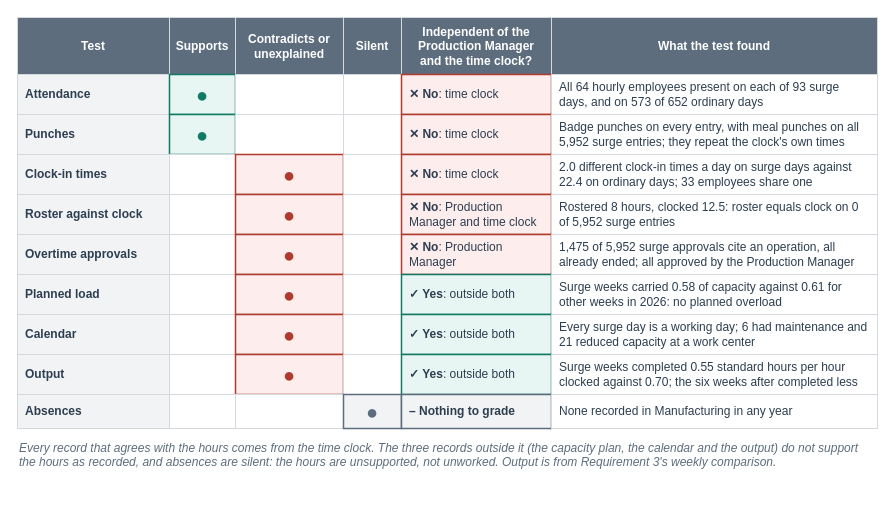
Above: facts/instructor/figures/case-part-3/IF-C3-2-A.drawio in mmcodesso/Accounting_Analytics_Book (draw.io), before the change. Source tidied: cells renumbered, new cells numbered last; positions are measured from the earlier drawing's top-left corner, leaving out a move shared by most shapes. Both pictures are drawn from the tidied source at 100%, with x=0, y=0 at pixel (17, 17).
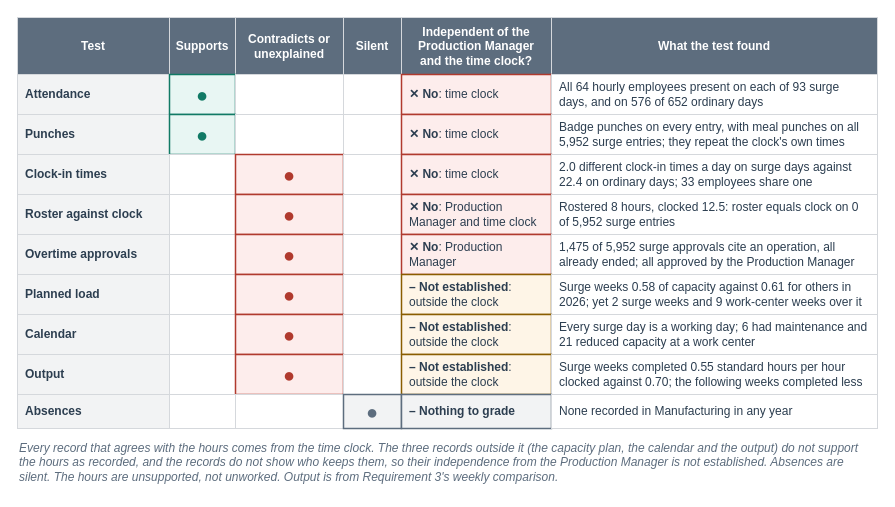
The same diagram, later.

What changed in the source:
```diff
@@
     <mxCell id="2" style="rounded=0;html=1;fillColor=none;strokeColor=none;" parent="1" vertex="1">
-      <mxGeometry width="860" height="457" as="geometry" />
+      <mxGeometry width="860" height="472" as="geometry" />
     </mxCell>
@@
-    <mxCell id="14" value="All 64 hourly employees present on each of 93 surge days, and on 573 of 652 ordinary days" style="rounded=0;arcSize=6;whiteSpace=wrap;html=1;fillColor=#FFFFFF;strokeColor=#D5D8DC;strokeWidth=1;fontColor=#2C3E50;fontSize=12;fontStyle=0;align=left;verticalAlign=middle;fontFamily=Helvetica;spacingLeft=6;spacingRight=6;" parent="1" vertex="1">
+    <mxCell id="14" value="All 64 hourly employees present on each of 93 surge days, and on 576 of 652 ordinary days" style="rounded=0;arcSize=6;whiteSpace=wrap;html=1;fillColor=#FFFFFF;strokeColor=#D5D8DC;strokeWidth=1;fontColor=#2C3E50;fontSize=12;fontStyle=0;align=left;verticalAlign=middle;fontFamily=Helvetica;spacingLeft=6;spacingRight=6;" parent="1" vertex="1">
       <mxGeometry x="534" y="57" width="326" height="40" as="geometry" />
     </mxCell>
@@
-    <mxCell id="43" value="&lt;b&gt;✓ Yes&lt;/b&gt;: outside both" style="rounded=0;arcSize=6;whiteSpace=wrap;html=1;fillColor=#E8F6F3;strokeColor=#117A65;strokeWidth=1.5;fontColor=#2C3E50;fontSize=12;fontStyle=0;align=left;verticalAlign=middle;fontFamily=Helvetica;spacingLeft=6;spacingRight=6;" parent="1" vertex="1">
+    <mxCell id="43" value="&lt;b&gt;– Not established&lt;/b&gt;: outside the clock" style="rounded=0;arcSize=6;whiteSpace=wrap;html=1;fillColor=#FEF5E7;strokeColor=#8A5D00;strokeWidth=1.5;fontColor=#2C3E50;fontSize=12;fontStyle=0;align=left;verticalAlign=middle;fontFamily=Helvetica;spacingLeft=6;spacingRight=6;" parent="1" vertex="1">
       <mxGeometry x="384" y="257" width="150" height="40" as="geometry" />
     </mxCell>
-    <mxCell id="44" value="Surge weeks carried 0.58 of capacity against 0.61 for other weeks in 2026: no planned overload" style="rounded=0;arcSize=6;whiteSpace=wrap;html=1;fillColor=#FFFFFF;strokeColor=#D5D8DC;strokeWidth=1;fontColor=#2C3E50;fontSize=12;fontStyle=0;align=left;verticalAlign=middle;fontFamily=Helvetica;spacingLeft=6;spacingRight=6;" parent="1" vertex="1">
+    <mxCell id="44" value="Surge weeks 0.58 of capacity against 0.61 for others in 2026; yet 2 surge weeks and 9 work-center weeks over it" style="rounded=0;arcSize=6;whiteSpace=wrap;html=1;fillColor=#FFFFFF;strokeColor=#D5D8DC;strokeWidth=1;fontColor=#2C3E50;fontSize=12;fontStyle=0;align=left;verticalAlign=middle;fontFamily=Helvetica;spacingLeft=6;spacingRight=6;" parent="1" vertex="1">
       <mxGeometry x="534" y="257" width="326" height="40" as="geometry" />
     </mxCell>
@@
-    <mxCell id="49" value="&lt;b&gt;✓ Yes&lt;/b&gt;: outside both" style="rounded=0;arcSize=6;whiteSpace=wrap;html=1;fillColor=#E8F6F3;strokeColor=#117A65;strokeWidth=1.5;fontColor=#2C3E50;fontSize=12;fontStyle=0;align=left;verticalAlign=middle;fontFamily=Helvetica;spacingLeft=6;spacingRight=6;" parent="1" vertex="1">
+    <mxCell id="49" value="&lt;b&gt;– Not established&lt;/b&gt;: outside the clock" style="rounded=0;arcSize=6;whiteSpace=wrap;html=1;fillColor=#FEF5E7;strokeColor=#8A5D00;strokeWidth=1.5;fontColor=#2C3E50;fontSize=12;fontStyle=0;align=left;verticalAlign=middle;fontFamily=Helvetica;spacingLeft=6;spacingRight=6;" parent="1" vertex="1">
       <mxGeometry x="384" y="297" width="150" height="40" as="geometry" />
     </mxCell>
@@
-    <mxCell id="55" value="&lt;b&gt;✓ Yes&lt;/b&gt;: outside both" style="rounded=0;arcSize=6;whiteSpace=wrap;html=1;fillColor=#E8F6F3;strokeColor=#117A65;strokeWidth=1.5;fontColor=#2C3E50;fontSize=12;fontStyle=0;align=left;verticalAlign=middle;fontFamily=Helvetica;spacingLeft=6;spacingRight=6;" parent="1" vertex="1">
+    <mxCell id="55" value="&lt;b&gt;– Not established&lt;/b&gt;: outside the clock" style="rounded=0;arcSize=6;whiteSpace=wrap;html=1;fillColor=#FEF5E7;strokeColor=#8A5D00;strokeWidth=1.5;fontColor=#2C3E50;fontSize=12;fontStyle=0;align=left;verticalAlign=middle;fontFamily=Helvetica;spacingLeft=6;spacingRight=6;" parent="1" vertex="1">
       <mxGeometry x="384" y="337" width="150" height="40" as="geometry" />
     </mxCell>
-    <mxCell id="56" value="Surge weeks completed 0.55 standard hours per hour clocked against 0.70; the six weeks after completed less" style="rounded=0;arcSize=6;whiteSpace=wrap;html=1;fillColor=#FFFFFF;strokeColor=#D5D8DC;strokeWidth=1;fontColor=#2C3E50;fontSize=12;fontStyle=0;align=left;verticalAlign=middle;fontFamily=Helvetica;spacingLeft=6;spacingRight=6;" parent="1" vertex="1">
+    <mxCell id="56" value="Surge weeks completed 0.55 standard hours per hour clocked against 0.70; the following weeks completed less" style="rounded=0;arcSize=6;whiteSpace=wrap;html=1;fillColor=#FFFFFF;strokeColor=#D5D8DC;strokeWidth=1;fontColor=#2C3E50;fontSize=12;fontStyle=0;align=left;verticalAlign=middle;fontFamily=Helvetica;spacingLeft=6;spacingRight=6;" parent="1" vertex="1">
       <mxGeometry x="534" y="337" width="326" height="40" as="geometry" />
     </mxCell>
@@
-    <mxCell id="63" value="&lt;i&gt;Every record that agrees with the hours comes from the time clock. The three records outside it (the capacity plan, the calendar and the output) do not support the hours as recorded, and absences are silent: the hours are unsupported, not unworked. Output is from Requirement 3's weekly comparison.&lt;/i&gt;" style="text;html=1;whiteSpace=wrap;align=left;verticalAlign=top;fontSize=12;fontColor=#5D6D7E;fontStyle=0;fontFamily=Helvetica;spacing=2;fillColor=none;strokeColor=none;" parent="1" vertex="1">
-      <mxGeometry y="417" width="860" height="38" as="geometry" />
+    <mxCell id="63" value="&lt;i&gt;Every record that agrees with the hours comes from the time clock. The three records outside it (the capacity plan, the calendar and the output) do not support the hours as recorded, and the records do not show who keeps them, so their independence from the Production Manager is not established. Absences are silent. The hours are unsupported, not unworked. Output is from Requirement 3's weekly comparison.&lt;/i&gt;" style="text;html=1;whiteSpace=wrap;align=left;verticalAlign=top;fontSize=12;fontColor=#5D6D7E;fontStyle=0;fontFamily=Helvetica;spacing=2;fillColor=none;strokeColor=none;" parent="1" vertex="1">
+      <mxGeometry y="417" width="860" height="53" as="geometry" />
     </mxCell>
```
